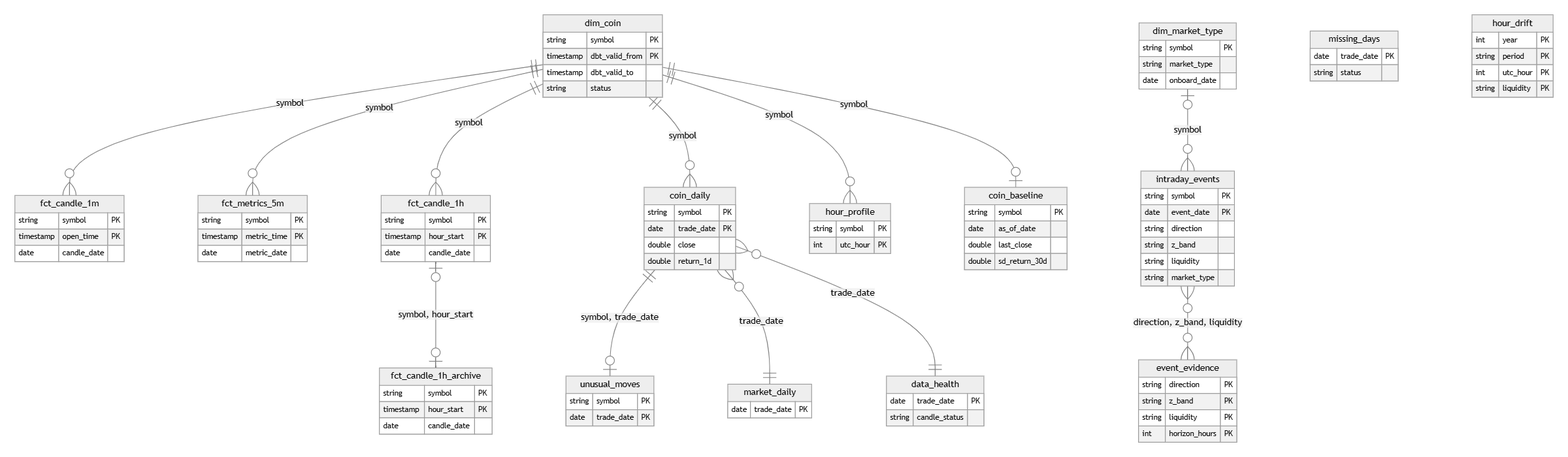
shivam65-sketch/medusa keeps this Mermaid diagram as docs/images/diagrams/market-tables.png. Above is the earlier version. Its source is kept beside it as docs/diagrams/market-tables.mmd.
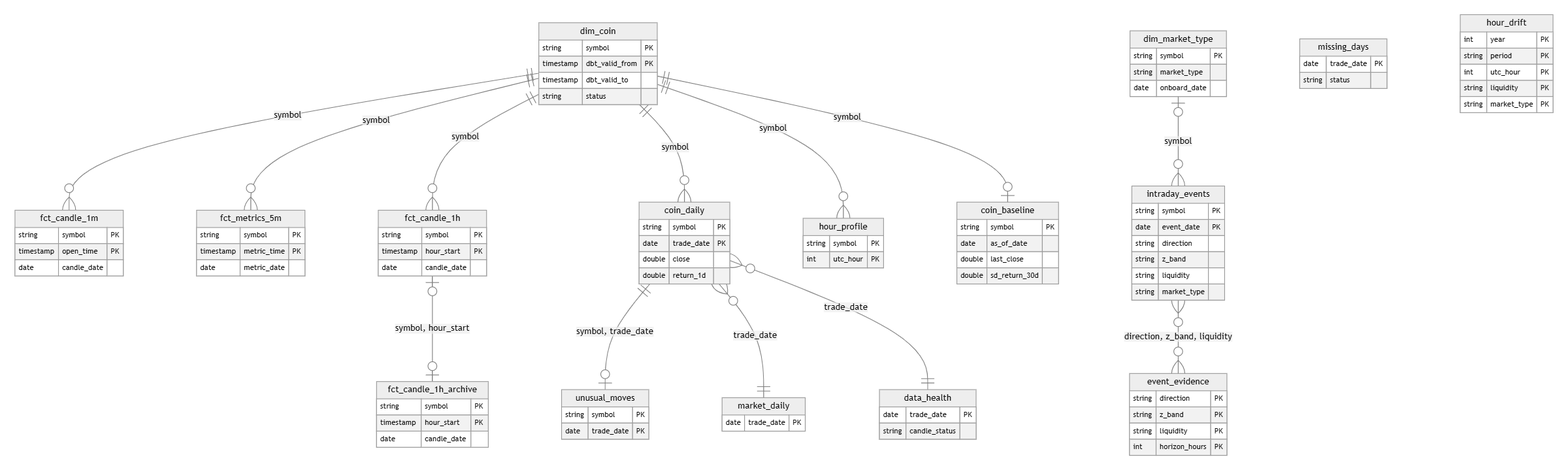
After the commit.

What changed in the source:
```diff
@@ -81,6 +81,7 @@
     string period PK
     int utc_hour PK
     string liquidity PK
+    string market_type PK
   }
   dim_coin ||--o{ fct_candle_1m : "symbol"
   dim_coin ||--o{ fct_metrics_5m : "symbol"
```
